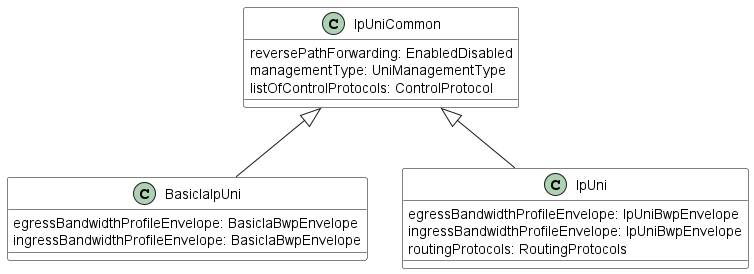
Above: documentation/productSchema/ip/internetAccess/MEF 139 resources/media/SuperClassesIpUni.png in MEF-GIT/MEF-LSO-Sonata-SDK (PlantUML), before the change. The source it was exported from:
```plantuml
@startuml

skinparam {
    ClassBackgroundColor White
    ClassBorderColor Black
}
class IpUniCommon {

    reversePathForwarding: EnabledDisabled
    managementType: UniManagementType
    listOfControlProtocols: ControlProtocol
}

class BasicIaIpUni {
    egressBandwidthProfileEnvelope: BasicIaBwpEnvelope
    ingressBandwidthProfileEnvelope: BasicIaBwpEnvelope
}
IpUniCommon <|-- BasicIaIpUni

class IpUni {
    egressBandwidthProfileEnvelope: IpUniBwpEnvelope
    ingressBandwidthProfileEnvelope: IpUniBwpEnvelope
    routingProtocols: RoutingProtocols
}
IpUniCommon <|-- IpUni

@enduml
```
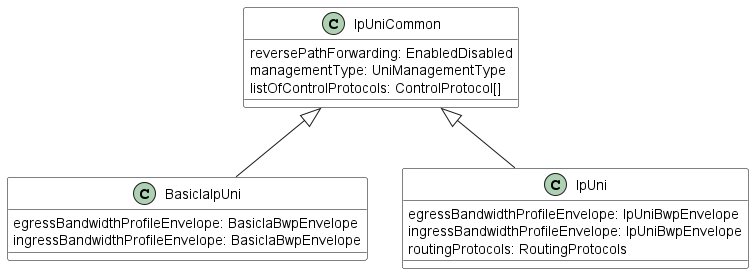
Later version of the same file.

The edit, as a diff of the source:
```diff
@@ -8,7 +8,7 @@
 
     reversePathForwarding: EnabledDisabled
     managementType: UniManagementType
-    listOfControlProtocols: ControlProtocol
+    listOfControlProtocols: ControlProtocol[]
 }
 
 class BasicIaIpUni {
```
